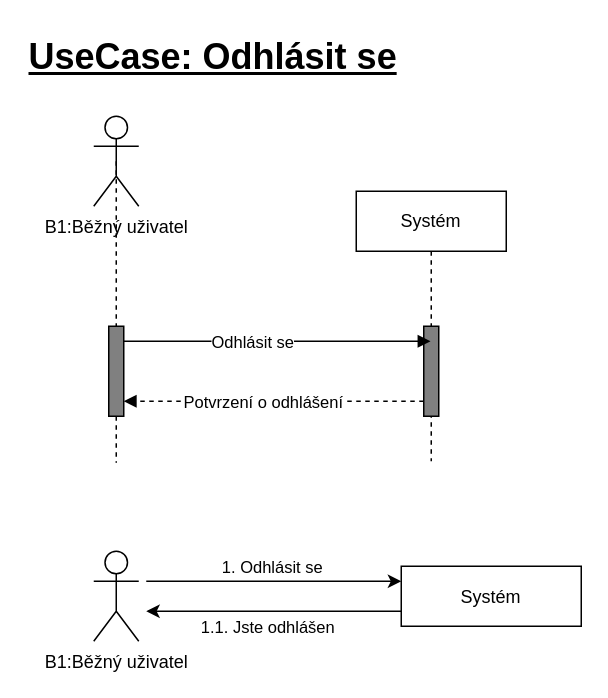
The draw.io diagram page "LogOut" (3 of 12) of IUS/IUS_projekt/Sequence.drawio in dan1235689/Diagrams, before the edit. Source tidied: cells renumbered, new cells numbered last; positions are measured from the earlier drawing's top-left corner, leaving out a move shared by most shapes. Both pictures are drawn from the tidied source at 150%, with x=0, y=0 at pixel (26, 26).
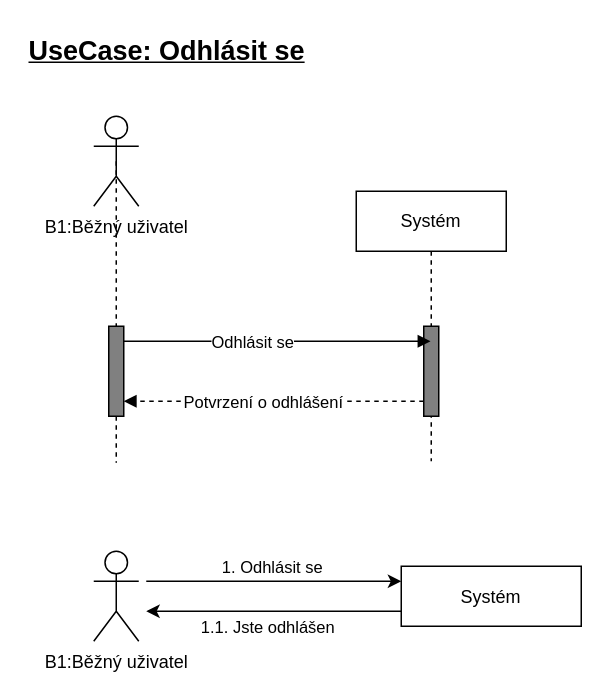
The same diagram, later.

What changed in the source:
```diff
@@
-    <mxCell id="19" value="&lt;span style=&quot;font-family: Helvetica; font-size: 24px; font-style: normal; font-variant-ligatures: normal; font-variant-caps: normal; font-weight: 700; letter-spacing: normal; orphans: 2; text-align: center; text-indent: 0px; text-transform: none; widows: 2; word-spacing: 0px; -webkit-text-stroke-width: 0px; text-decoration: underline; float: none; display: inline !important;&quot;&gt;&lt;font color=&quot;#000000&quot;&gt;UseCase: Odhlásit se&lt;/font&gt;&lt;/span&gt;" style="text;whiteSpace=wrap;html=1;" parent="1" vertex="1">
+    <mxCell id="19" value="&lt;span style=&quot;font-family: Helvetica; font-style: normal; font-variant-ligatures: normal; font-variant-caps: normal; font-weight: 700; letter-spacing: normal; orphans: 2; text-align: center; text-indent: 0px; text-transform: none; widows: 2; word-spacing: 0px; -webkit-text-stroke-width: 0px; text-decoration: underline; float: none; display: inline !important;&quot;&gt;&lt;font style=&quot;font-size: 18px;&quot; color=&quot;#000000&quot;&gt;UseCase: Odhlásit se&lt;/font&gt;&lt;/span&gt;" style="text;whiteSpace=wrap;html=1;" parent="1" vertex="1">
       <mxGeometry width="310" height="50" as="geometry" />
     </mxCell>
```
